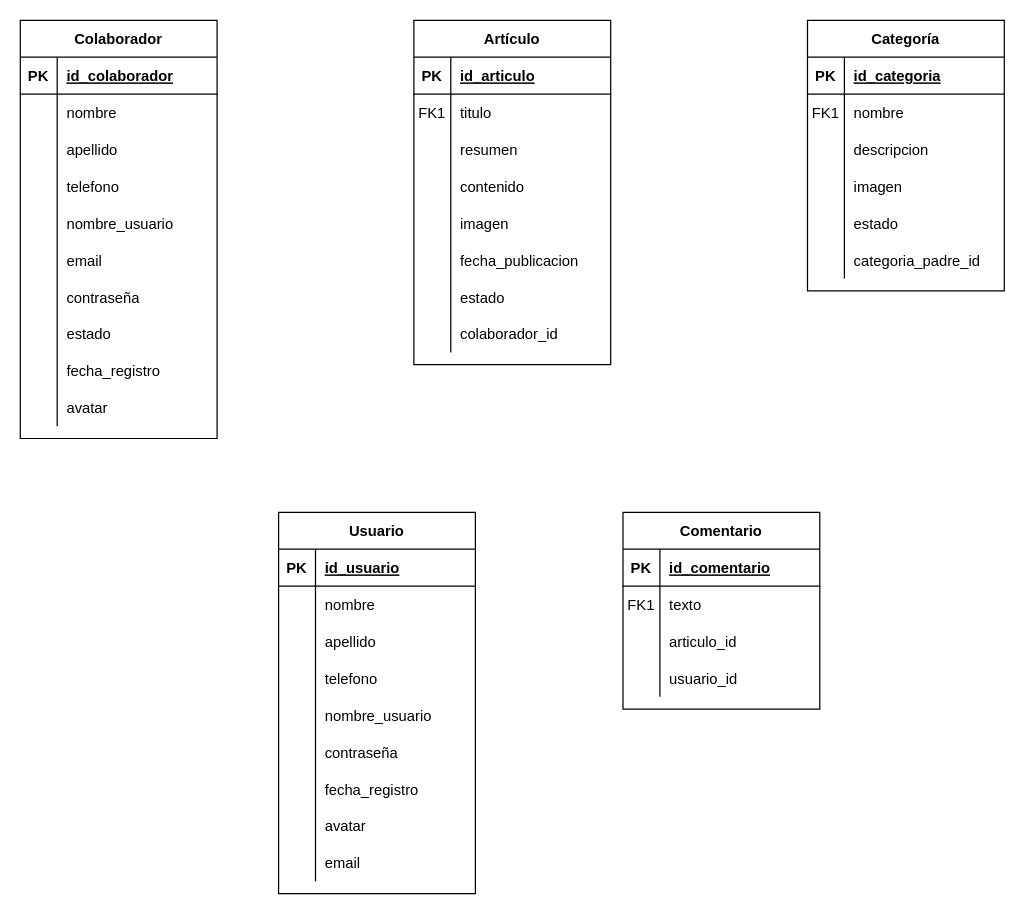
The draw.io diagram Semana5/Diagrama sin título.drawio in PatriNet77/2023-info-com-8, before the edit. Source tidied: cells renumbered, new cells numbered last; positions are measured from the earlier drawing's top-left corner, leaving out a move shared by most shapes. Both pictures are drawn from the tidied source at 123%, with x=0, y=0 at pixel (20, 20).
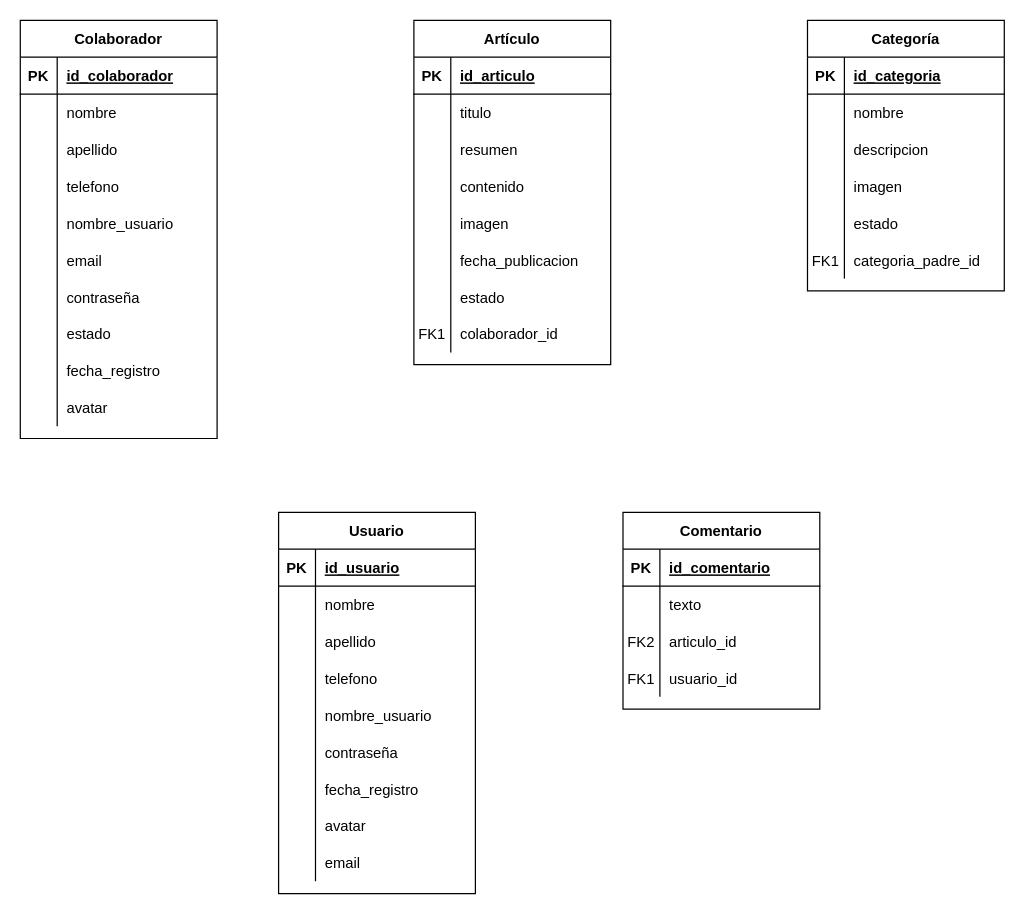
The same diagram, later.

The change refers to these unchanged cells:
```xml
<mxCell id="6" style="shape=partialRectangle;fillColor=none;top=0;left=0;right=0;bottom=0;" parent="2" vertex="1">
  <mxGeometry y="60" width="160" height="30" as="geometry" />
</mxCell>
<mxCell id="24" style="shape=partialRectangle;fillColor=none;top=0;left=0;right=0;bottom=0;" parent="2" vertex="1">
  <mxGeometry y="240" width="160" height="30" as="geometry" />
</mxCell>
<mxCell id="31" style="shape=partialRectangle;fillColor=none;top=0;left=0;right=0;bottom=0;" parent="27" vertex="1">
  <mxGeometry y="60" width="160" height="30" as="geometry" />
</mxCell>
<mxCell id="43" style="shape=partialRectangle;fillColor=none;top=0;left=0;right=0;bottom=0;" parent="27" vertex="1">
  <mxGeometry y="180" width="160" height="30" as="geometry" />
</mxCell>
<mxCell id="109" style="shape=partialRectangle;fillColor=none;top=0;left=0;right=0;bottom=0;" parent="105" vertex="1">
  <mxGeometry y="60" width="160" height="30" as="geometry" />
</mxCell>
<mxCell id="112" style="shape=partialRectangle;fillColor=none;top=0;left=0;right=0;bottom=0;" parent="105" vertex="1">
  <mxGeometry y="90" width="160" height="30" as="geometry" />
</mxCell>
<mxCell id="115" style="shape=partialRectangle;fillColor=none;top=0;left=0;right=0;bottom=0;" parent="105" vertex="1">
  <mxGeometry y="120" width="160" height="30" as="geometry" />
</mxCell>
```

Diff of the diagram source:
```diff
@@
-    <mxCell id="7" value="FK1" style="shape=partialRectangle;overflow=hidden;fillColor=none;top=0;left=0;bottom=0;right=0;" parent="6" vertex="1">
+    <mxCell id="7" style="shape=partialRectangle;overflow=hidden;fillColor=none;top=0;left=0;bottom=0;right=0;" parent="6" vertex="1">
       <mxGeometry width="30" height="30" as="geometry" />
     </mxCell>
@@
-    <mxCell id="25" style="shape=partialRectangle;overflow=hidden;fillColor=none;top=0;left=0;bottom=0;right=0;" parent="24" vertex="1">
+    <mxCell id="25" value="FK1" style="shape=partialRectangle;overflow=hidden;fillColor=none;top=0;left=0;bottom=0;right=0;" parent="24" vertex="1">
       <mxGeometry width="30" height="30" as="geometry" />
     </mxCell>
@@
-    <mxCell id="32" value="FK1" style="shape=partialRectangle;overflow=hidden;fillColor=none;top=0;left=0;bottom=0;right=0;" parent="31" vertex="1">
+    <mxCell id="32" style="shape=partialRectangle;overflow=hidden;fillColor=none;top=0;left=0;bottom=0;right=0;" parent="31" vertex="1">
       <mxGeometry width="30" height="30" as="geometry" />
     </mxCell>
@@
-    <mxCell id="44" style="shape=partialRectangle;overflow=hidden;fillColor=none;top=0;left=0;bottom=0;right=0;" parent="43" vertex="1">
+    <mxCell id="44" value="FK1" style="shape=partialRectangle;overflow=hidden;fillColor=none;top=0;left=0;bottom=0;right=0;" parent="43" vertex="1">
       <mxGeometry width="30" height="30" as="geometry" />
     </mxCell>
@@
-    <mxCell id="110" value="FK1" style="shape=partialRectangle;overflow=hidden;fillColor=none;top=0;left=0;bottom=0;right=0;" parent="109" vertex="1">
+    <mxCell id="110" style="shape=partialRectangle;overflow=hidden;fillColor=none;top=0;left=0;bottom=0;right=0;" parent="109" vertex="1">
       <mxGeometry width="30" height="30" as="geometry" />
     </mxCell>
@@
-    <mxCell id="113" style="shape=partialRectangle;overflow=hidden;fillColor=none;top=0;left=0;bottom=0;right=0;" parent="112" vertex="1">
+    <mxCell id="113" value="FK2" style="shape=partialRectangle;overflow=hidden;fillColor=none;top=0;left=0;bottom=0;right=0;" parent="112" vertex="1">
       <mxGeometry width="30" height="30" as="geometry" />
     </mxCell>
@@
-    <mxCell id="116" style="shape=partialRectangle;overflow=hidden;fillColor=none;top=0;left=0;bottom=0;right=0;" parent="115" vertex="1">
+    <mxCell id="116" value="FK1" style="shape=partialRectangle;overflow=hidden;fillColor=none;top=0;left=0;bottom=0;right=0;" parent="115" vertex="1">
       <mxGeometry width="30" height="30" as="geometry" />
     </mxCell>
```
